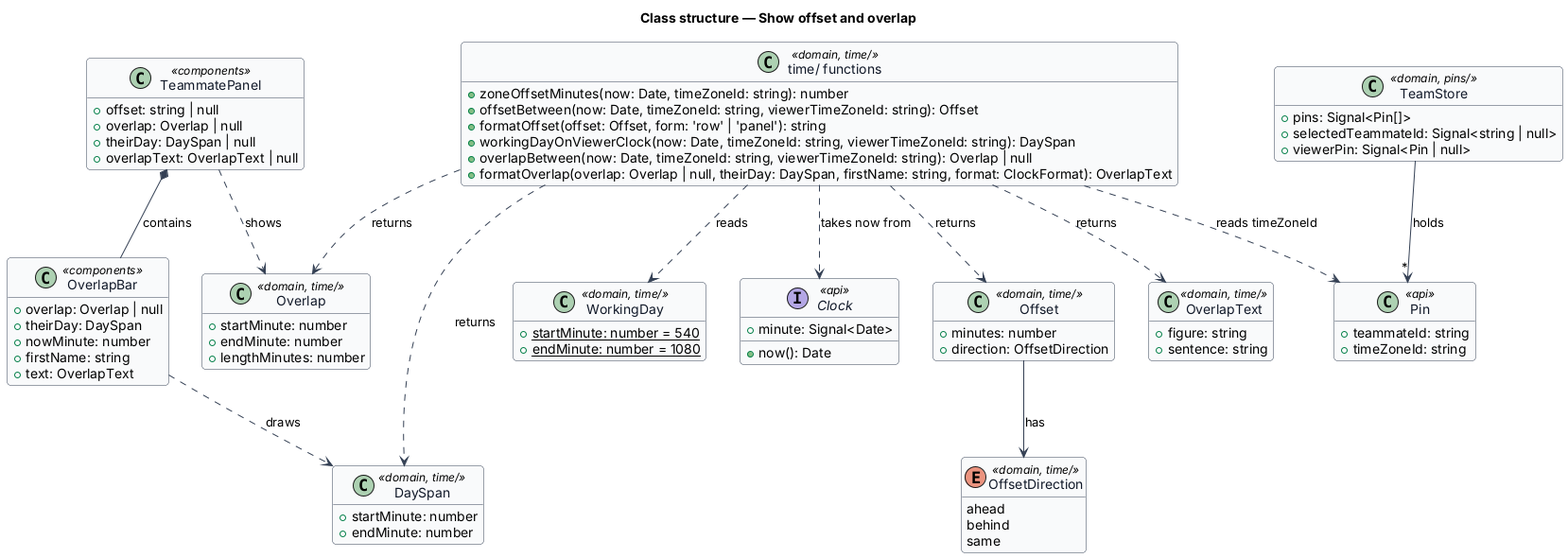
The PlantUML diagram docs/detailed-designs/time/show-offset-and-overlap/diagrams/class-structure.png in QuinntyneBrown/Mondino, before a commit.
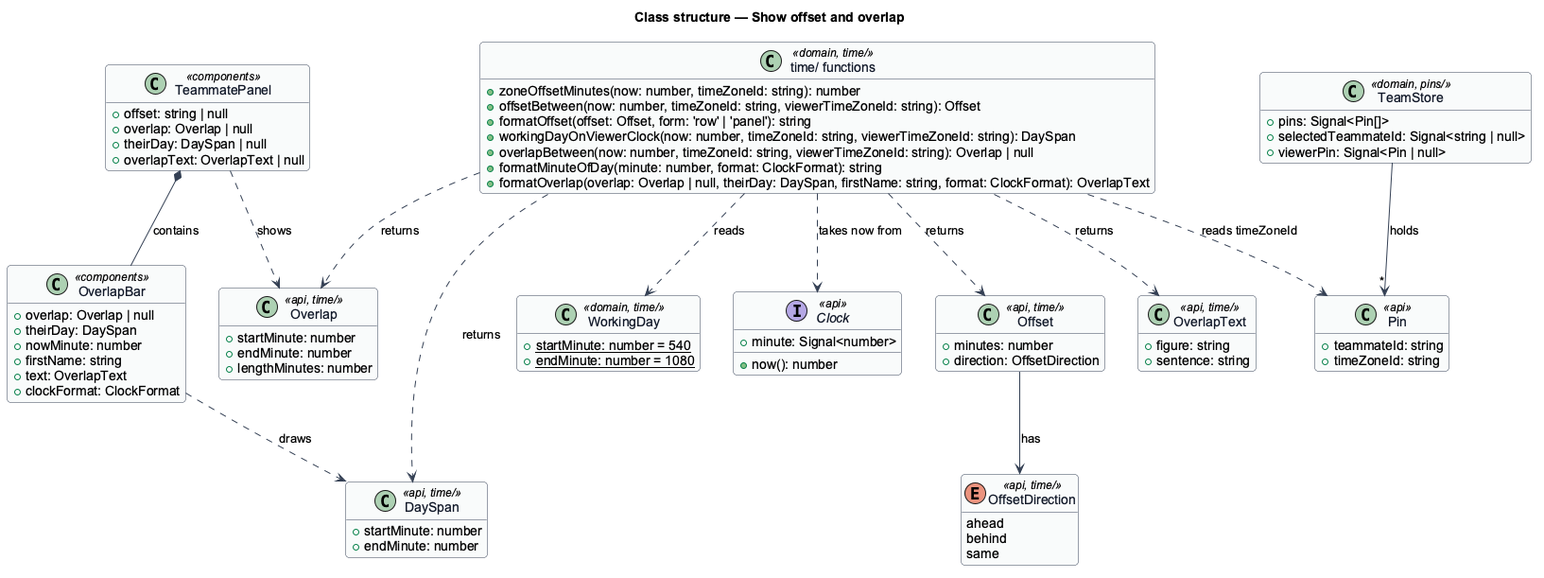
Later version of the same file.

Commit message:
Bring the offset and overlap design in line with the clock built and the mocks' words

What changed in the source:
```diff
@@ -14,36 +14,37 @@
 
 
 class "time/ functions" as TimeFns <<domain, time/>> {
-  +zoneOffsetMinutes(now: Date, timeZoneId: string): number
-  +offsetBetween(now: Date, timeZoneId: string, viewerTimeZoneId: string): Offset
+  +zoneOffsetMinutes(now: number, timeZoneId: string): number
+  +offsetBetween(now: number, timeZoneId: string, viewerTimeZoneId: string): Offset
   +formatOffset(offset: Offset, form: 'row' | 'panel'): string
-  +workingDayOnViewerClock(now: Date, timeZoneId: string, viewerTimeZoneId: string): DaySpan
-  +overlapBetween(now: Date, timeZoneId: string, viewerTimeZoneId: string): Overlap | null
+  +workingDayOnViewerClock(now: number, timeZoneId: string, viewerTimeZoneId: string): DaySpan
+  +overlapBetween(now: number, timeZoneId: string, viewerTimeZoneId: string): Overlap | null
+  +formatMinuteOfDay(minute: number, format: ClockFormat): string
   +formatOverlap(overlap: Overlap | null, theirDay: DaySpan, firstName: string, format: ClockFormat): OverlapText
 }
 
-class DaySpan <<domain, time/>> {
+class DaySpan <<api, time/>> {
   +startMinute: number
   +endMinute: number
 }
 
-class OverlapText <<domain, time/>> {
+class OverlapText <<api, time/>> {
   +figure: string
   +sentence: string
 }
 
-class Offset <<domain, time/>> {
+class Offset <<api, time/>> {
   +minutes: number
   +direction: OffsetDirection
 }
 
-enum OffsetDirection <<domain, time/>> {
+enum OffsetDirection <<api, time/>> {
   ahead
   behind
   same
 }
 
-class Overlap <<domain, time/>> {
+class Overlap <<api, time/>> {
   +startMinute: number
   +endMinute: number
   +lengthMinutes: number
@@ -55,8 +56,8 @@
 }
 
 interface Clock <<api>> {
-  +minute: Signal<Date>
-  +now(): Date
+  +minute: Signal<number>
+  +now(): number
 }
 
 class TeamStore <<domain, pins/>> {
@@ -76,6 +77,7 @@
   +nowMinute: number
   +firstName: string
   +text: OverlapText
+  +clockFormat: ClockFormat
 }
 
 class TeammatePanel <<components>> {
```
